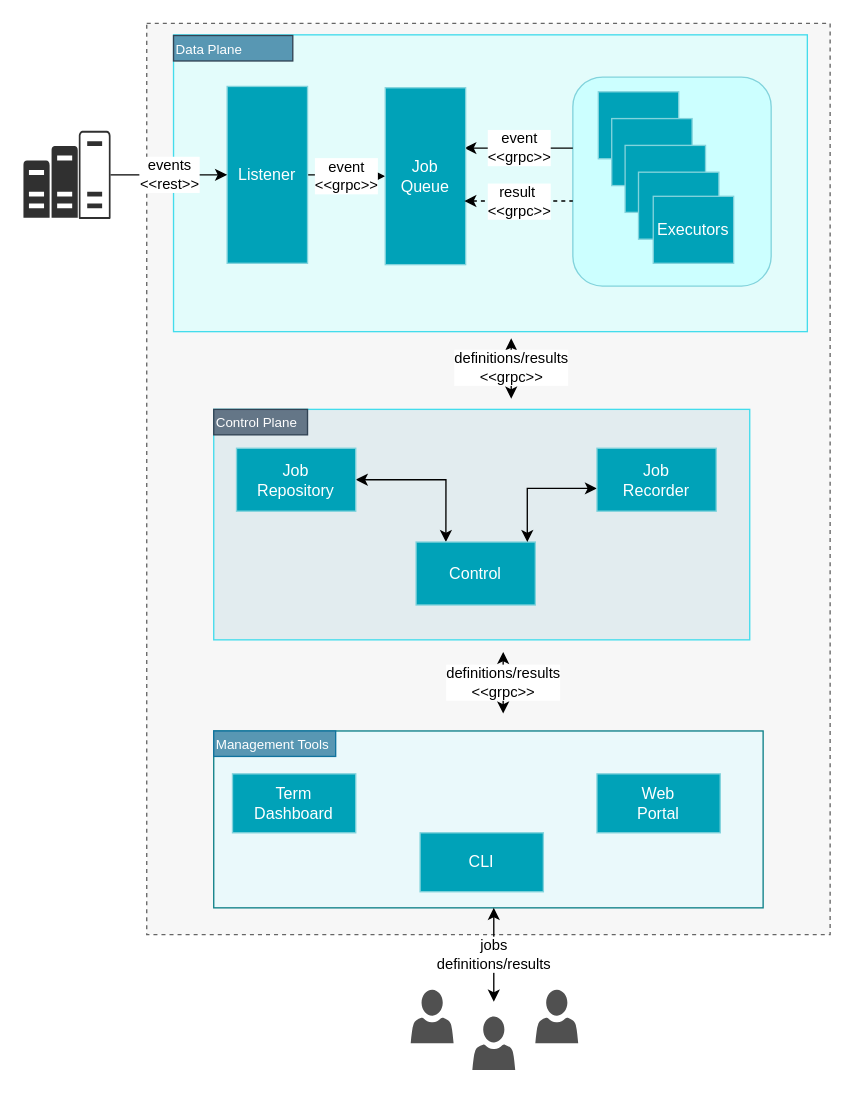
andrescosta/jobico-fn keeps this draw.io diagram as page "Architecture" (1 of 10) of docs/Jobico.drawio. Above is the earlier version. Source tidied: cells renumbered, new cells numbered last; positions are measured from the earlier drawing's top-left corner, leaving out a move shared by most shapes. Both pictures are drawn from the tidied source at 134%, with x=0, y=0 at pixel (23, 23).
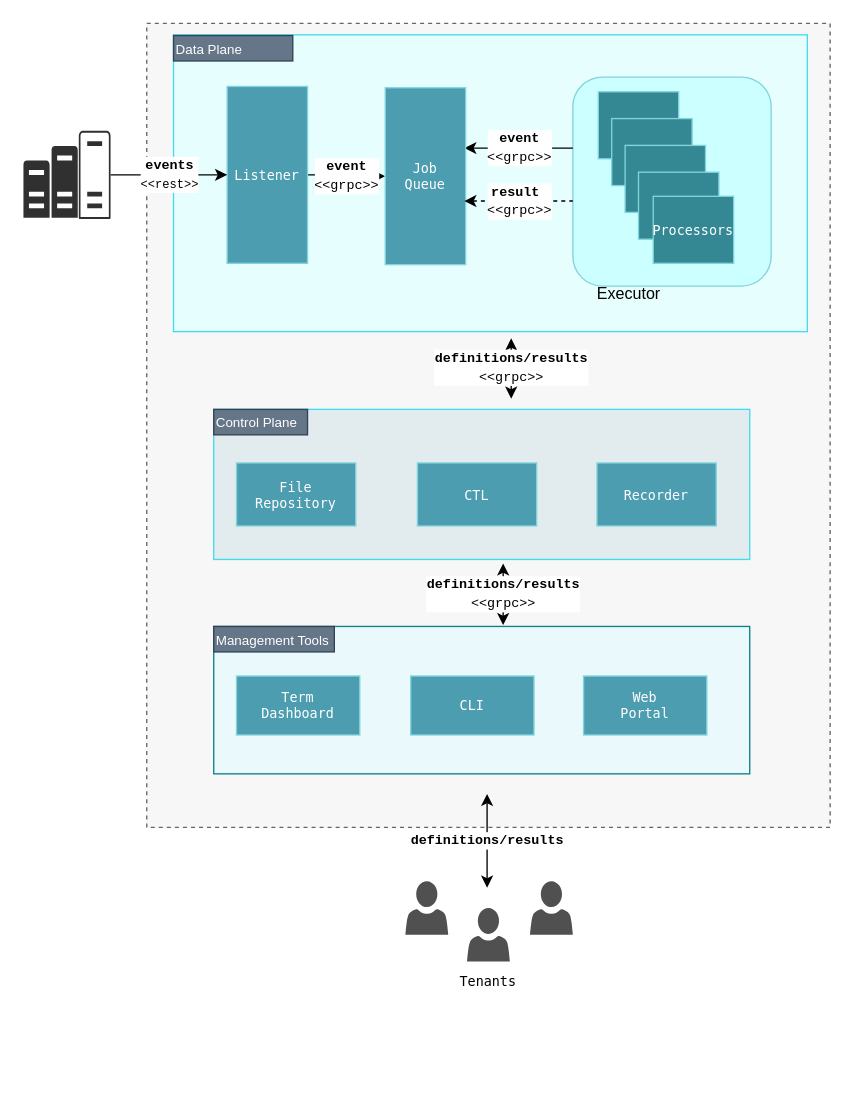
After the change.

The change refers to these unchanged cells:
```xml
<mxCell id="29" style="sketch=0;shadow=0;dashed=0;html=1;strokeColor=none;labelPosition=center;verticalLabelPosition=bottom;verticalAlign=top;align=center;fillColor=#303030;shape=mxgraph.mscae.oms.capacity;" parent="1" vertex="1">
  <mxGeometry y="80" width="65" height="66" as="geometry" />
</mxCell>
```

What changed in the source:
```diff
@@
     <mxCell id="2" style="rounded=0;whiteSpace=wrap;html=1;dashed=1;fillColor=#F7F7F7;fontColor=#333333;strokeColor=#666666;" parent="1" vertex="1">
-      <mxGeometry x="92" width="510" height="680" as="geometry" />
+      <mxGeometry x="92" width="510" height="600" as="geometry" />
     </mxCell>
-    <mxCell id="3" style="rounded=0;whiteSpace=wrap;html=1;fillColor=#E3FCFB;strokeColor=#43DCEC;" parent="1" vertex="1">
+    <mxCell id="3" style="rounded=0;whiteSpace=wrap;html=1;fillColor=#E6FFFE;strokeColor=#43DCEC;" parent="1" vertex="1">
       <mxGeometry x="112" y="8.5" width="473" height="221.5" as="geometry" />
     </mxCell>
@@
     <mxCell id="5" style="rounded=0;whiteSpace=wrap;html=1;fillColor=#eaf9fb;strokeColor=#0e8088;" parent="1" vertex="1">
-      <mxGeometry x="142" y="528" width="410" height="132" as="geometry" />
+      <mxGeometry x="142" y="450" width="400" height="110" as="geometry" />
     </mxCell>
     <mxCell id="6" style="rounded=0;whiteSpace=wrap;html=1;fillColor=#E2ECEF;strokeColor=#43DCEC;" parent="1" vertex="1">
-      <mxGeometry x="142" y="288" width="400" height="172" as="geometry" />
+      <mxGeometry x="142" y="288" width="400" height="112" as="geometry" />
     </mxCell>
-    <mxCell id="7" value="event&lt;br&gt;&amp;lt;&amp;lt;grpc&amp;gt;&amp;gt;" style="edgeStyle=orthogonalEdgeStyle;rounded=0;jettySize=auto;html=1;" parent="1" edge="1" source="8" target="10">
+    <mxCell id="7" value="&lt;font style=&quot;font-size: 10px;&quot;&gt;event&lt;/font&gt;&lt;br&gt;&lt;div style=&quot;text-align: left;&quot;&gt;&lt;span style=&quot;font-size: 10px; font-weight: normal;&quot;&gt;&amp;lt;&amp;lt;grpc&amp;gt;&amp;gt;&lt;/span&gt;&lt;/div&gt;" style="edgeStyle=orthogonalEdgeStyle;rounded=0;jettySize=auto;html=1;fontFamily=Courier New;fontStyle=1;" parent="1" edge="1" source="8" target="10">
       <mxGeometry relative="1" as="geometry" />
     </mxCell>
-    <mxCell id="8" value="Listener" style="rounded=0;whiteSpace=wrap;html=1;fillColor=#00A2B8;strokeColor=#82D3DC;fontColor=#ffffff;" parent="1" vertex="1">
+    <mxCell id="8" value="Listener" style="rounded=0;whiteSpace=wrap;html=1;fillColor=#4D9DB0;strokeColor=#82D3DC;fontColor=#FFFFFF;fontFamily=Lucida Console;fontSize=10;" parent="1" vertex="1">
       <mxGeometry x="152" y="47" width="60" height="132" as="geometry" />
     </mxCell>
-    <mxCell id="9" value="event&lt;br&gt;&amp;lt;&amp;lt;grpc&amp;gt;&amp;gt;" style="edgeStyle=orthogonalEdgeStyle;rounded=0;orthogonalLoop=1;jettySize=auto;html=1;entryX=0;entryY=0.5;entryDx=0;entryDy=0;endArrow=none;endFill=0;startArrow=classic;startFill=1;" parent="1" edge="1">
+    <mxCell id="9" value="&lt;font style=&quot;font-size: 10px;&quot;&gt;event&lt;/font&gt;&lt;br&gt;&lt;span style=&quot;font-weight: normal;&quot;&gt;&lt;font style=&quot;font-size: 10px;&quot;&gt;&amp;lt;&amp;lt;grpc&amp;gt;&amp;gt;&lt;/font&gt;&lt;/span&gt;" style="edgeStyle=orthogonalEdgeStyle;rounded=0;orthogonalLoop=1;jettySize=auto;html=1;entryX=0;entryY=0.5;entryDx=0;entryDy=0;endArrow=none;endFill=0;startArrow=classic;startFill=1;fontFamily=Courier New;fontStyle=1;" parent="1" edge="1">
       <mxGeometry relative="1" as="geometry">
         <mxPoint x="329" y="93" as="sourcePoint" />
         <mxPoint x="410" y="93" as="targetPoint" />
       </mxGeometry>
     </mxCell>
-    <mxCell id="10" value="Job&lt;br&gt;Queue" style="rounded=0;whiteSpace=wrap;html=1;fillColor=#00A2B8;strokeColor=#82D3DC;fontColor=#ffffff;" parent="1" vertex="1">
+    <mxCell id="10" value="Job&lt;br style=&quot;font-size: 10px;&quot;&gt;Queue" style="rounded=0;whiteSpace=wrap;html=1;fillColor=#4D9DB0;strokeColor=#82D3DC;fontColor=#FFFFFF;align=center;verticalAlign=middle;fontFamily=Lucida Console;fontSize=10;" parent="1" vertex="1">
       <mxGeometry x="270" y="48" width="60" height="132" as="geometry" />
     </mxCell>
-    <mxCell id="11" style="rounded=0;whiteSpace=wrap;html=1;fillColor=#00A2B8;strokeColor=#82D3DC;fontColor=#ffffff;" parent="1" vertex="1">
+    <mxCell id="11" style="rounded=0;whiteSpace=wrap;html=1;fillColor=#348893;strokeColor=#82D3DC;fontColor=#FFFFFF;align=center;verticalAlign=middle;fontFamily=Helvetica;fontSize=10;" parent="1" vertex="1">
       <mxGeometry x="429" y="51" width="60" height="50" as="geometry" />
     </mxCell>
-    <mxCell id="12" style="rounded=0;whiteSpace=wrap;html=1;fillColor=#00A2B8;strokeColor=#82D3DC;fontColor=#ffffff;" parent="1" vertex="1">
+    <mxCell id="12" style="rounded=0;whiteSpace=wrap;html=1;fillColor=#348893;strokeColor=#82D3DC;fontColor=#FFFFFF;align=center;verticalAlign=middle;fontFamily=Helvetica;fontSize=10;" parent="1" vertex="1">
       <mxGeometry x="439" y="71" width="60" height="50" as="geometry" />
     </mxCell>
-    <mxCell id="13" style="rounded=0;whiteSpace=wrap;html=1;fillColor=#00A2B8;strokeColor=#82D3DC;fontColor=#ffffff;" parent="1" vertex="1">
+    <mxCell id="13" style="rounded=0;whiteSpace=wrap;html=1;fillColor=#348893;strokeColor=#82D3DC;fontColor=#FFFFFF;align=center;verticalAlign=middle;fontFamily=Helvetica;fontSize=10;" parent="1" vertex="1">
       <mxGeometry x="449" y="91" width="60" height="50" as="geometry" />
     </mxCell>
-    <mxCell id="14" style="rounded=0;whiteSpace=wrap;html=1;fillColor=#00A2B8;strokeColor=#82D3DC;fontColor=#ffffff;" parent="1" vertex="1">
+    <mxCell id="14" style="rounded=0;whiteSpace=wrap;html=1;fillColor=#348893;strokeColor=#82D3DC;fontColor=#FFFFFF;align=center;verticalAlign=middle;fontFamily=Helvetica;fontSize=10;" parent="1" vertex="1">
       <mxGeometry x="459" y="111" width="60" height="50" as="geometry" />
     </mxCell>
-    <mxCell id="15" value="Executors" style="rounded=0;whiteSpace=wrap;html=1;fillColor=#00A2B8;strokeColor=#82D3DC;fontColor=#ffffff;" parent="1" vertex="1">
+    <mxCell id="15" value="Processors" style="rounded=0;whiteSpace=wrap;html=1;fillColor=#348893;strokeColor=#82D3DC;fontColor=#FFFFFF;fontSize=10;align=center;verticalAlign=middle;fontFamily=Lucida Console;" parent="1" vertex="1">
       <mxGeometry x="470" y="129" width="60" height="50" as="geometry" />
     </mxCell>
-    <mxCell id="16" style="edgeStyle=orthogonalEdgeStyle;rounded=0;jettySize=auto;html=1;entryX=0.25;entryY=0;entryDx=0;entryDy=0;startArrow=classic;startFill=1;" parent="1" edge="1" source="17" target="18">
-      <mxGeometry relative="1" as="geometry" />
-    </mxCell>
-    <mxCell id="17" value="Job&lt;br&gt;Repository" style="rounded=0;whiteSpace=wrap;html=1;fillColor=#00A2B8;strokeColor=#82D3DC;fontColor=#ffffff;" parent="1" vertex="1">
-      <mxGeometry x="159" y="317" width="89" height="47" as="geometry" />
+    <mxCell id="17" value="File&lt;br style=&quot;font-size: 10px;&quot;&gt;Repository" style="rounded=0;whiteSpace=wrap;html=1;fillColor=#4D9DB0;strokeColor=#82D3DC;fontColor=#FFFFFF;align=center;verticalAlign=middle;fontFamily=Lucida Console;fontSize=10;" parent="1" vertex="1">
+      <mxGeometry x="159" y="328" width="89" height="47" as="geometry" />
     </mxCell>
-    <mxCell id="18" value="Control" style="rounded=0;whiteSpace=wrap;html=1;fillColor=#00A2B8;strokeColor=#82D3DC;fontColor=#ffffff;" parent="1" vertex="1">
-      <mxGeometry x="293" y="387" width="89" height="47" as="geometry" />
+    <mxCell id="18" value="CTL" style="rounded=0;whiteSpace=wrap;html=1;fillColor=#4D9DB0;strokeColor=#82D3DC;fontColor=#FFFFFF;align=center;verticalAlign=middle;fontFamily=Lucida Console;fontSize=10;" parent="1" vertex="1">
+      <mxGeometry x="294" y="328" width="89" height="47" as="geometry" />
     </mxCell>
-    <mxCell id="19" style="edgeStyle=orthogonalEdgeStyle;rounded=0;jettySize=auto;html=1;startArrow=classic;startFill=1;" parent="1" edge="1" source="20" target="18">
-      <mxGeometry relative="1" as="geometry">
-        <Array as="points">
-          <mxPoint x="376" y="347" />
-        </Array>
-      </mxGeometry>
-    </mxCell>
-    <mxCell id="20" value="Job&lt;br&gt;Recorder" style="rounded=0;whiteSpace=wrap;html=1;fillColor=#00A2B8;strokeColor=#82D3DC;fontColor=#ffffff;" parent="1" vertex="1">
-      <mxGeometry x="428" y="317" width="89" height="47" as="geometry" />
+    <mxCell id="20" value="Recorder" style="rounded=0;whiteSpace=wrap;html=1;fillColor=#4D9DB0;strokeColor=#82D3DC;fontColor=#FFFFFF;align=center;verticalAlign=middle;fontFamily=Lucida Console;fontSize=10;" parent="1" vertex="1">
+      <mxGeometry x="428" y="328" width="89" height="47" as="geometry" />
     </mxCell>
-    <mxCell id="21" value="CLI" style="rounded=0;whiteSpace=wrap;html=1;fillColor=#00A2B8;strokeColor=#82D3DC;fontColor=#ffffff;" parent="1" vertex="1">
-      <mxGeometry x="296" y="604" width="92" height="44" as="geometry" />
+    <mxCell id="21" value="CLI" style="rounded=0;whiteSpace=wrap;html=1;fillColor=#4D9DB0;strokeColor=#82D3DC;fontColor=#FFFFFF;align=center;verticalAlign=middle;fontFamily=Lucida Console;fontSize=10;" parent="1" vertex="1">
+      <mxGeometry x="289" y="487" width="92" height="44" as="geometry" />
     </mxCell>
-    <mxCell id="22" value="Term&lt;br&gt;Dashboard" style="rounded=0;whiteSpace=wrap;html=1;fillColor=#00A2B8;strokeColor=#82D3DC;fontColor=#ffffff;" parent="1" vertex="1">
-      <mxGeometry x="156" y="560" width="92" height="44" as="geometry" />
+    <mxCell id="22" value="Term&lt;br style=&quot;font-size: 10px;&quot;&gt;Dashboard" style="rounded=0;whiteSpace=wrap;html=1;fillColor=#4D9DB0;strokeColor=#82D3DC;fontColor=#FFFFFF;align=center;verticalAlign=middle;fontFamily=Lucida Console;fontSize=10;" parent="1" vertex="1">
+      <mxGeometry x="159" y="487" width="92" height="44" as="geometry" />
     </mxCell>
-    <mxCell id="23" value="Web &lt;br&gt;Portal" style="rounded=0;whiteSpace=wrap;html=1;fillColor=#00A2B8;strokeColor=#82D3DC;fontColor=#ffffff;" parent="1" vertex="1">
-      <mxGeometry x="428" y="560" width="92" height="44" as="geometry" />
+    <mxCell id="23" value="Web &lt;br style=&quot;font-size: 10px;&quot;&gt;Portal" style="rounded=0;whiteSpace=wrap;html=1;fillColor=#4D9DB0;strokeColor=#82D3DC;fontColor=#FFFFFF;align=center;verticalAlign=middle;fontFamily=Lucida Console;fontSize=10;" parent="1" vertex="1">
+      <mxGeometry x="418" y="487" width="92" height="44" as="geometry" />
     </mxCell>
@@
-    <mxCell id="25" value="definitions/results&lt;br style=&quot;font-size: 11px;&quot;&gt;&lt;font style=&quot;font-size: 11px;&quot;&gt;&amp;lt;&amp;lt;grpc&amp;gt;&amp;gt;&lt;/font&gt;" style="edgeStyle=elbowEdgeStyle;rounded=0;elbow=horizontal;html=1;labelBackgroundColor=#ffffff;startArrow=classic;startFill=1;startSize=6;endArrow=classic;endFill=1;endSize=6;jettySize=auto;orthogonalLoop=1;strokeWidth=1;fontSize=11;" parent="1" edge="1">
+    <mxCell id="25" value="&lt;font style=&quot;font-size: 10px;&quot;&gt;definitions/results&lt;/font&gt;&lt;br style=&quot;font-size: 11px;&quot;&gt;&lt;font style=&quot;font-size: 10px; font-weight: normal;&quot;&gt;&amp;lt;&amp;lt;grpc&amp;gt;&amp;gt;&lt;/font&gt;" style="edgeStyle=elbowEdgeStyle;rounded=0;elbow=horizontal;html=1;labelBackgroundColor=#ffffff;startArrow=classic;startFill=1;startSize=6;endArrow=classic;endFill=1;endSize=6;jettySize=auto;orthogonalLoop=1;strokeWidth=1;fontSize=11;fontFamily=Courier New;fontStyle=1;" parent="1" edge="1">
       <mxGeometry relative="1" as="geometry">
         <mxPoint x="364" y="280" as="sourcePoint" />
         <mxPoint x="364" y="235" as="targetPoint" />
       </mxGeometry>
     </mxCell>
-    <mxCell id="26" value="Management Tools" style="rounded=0;whiteSpace=wrap;html=1;align=left;fillColor=#5897B3;strokeColor=#10739e;fontColor=#FFFFFF;fontSize=10;" parent="1" vertex="1">
-      <mxGeometry x="142" y="528" width="91" height="19" as="geometry" />
+    <mxCell id="26" value="Management Tools" style="rounded=0;whiteSpace=wrap;html=1;align=left;fillColor=#647687;strokeColor=#314354;fontColor=#ffffff;fontSize=10;verticalAlign=middle;fontFamily=Helvetica;" parent="1" vertex="1">
+      <mxGeometry x="142" y="450" width="90" height="19" as="geometry" />
     </mxCell>
-    <mxCell id="27" value="definitions/results&lt;br style=&quot;font-size: 11px;&quot;&gt;&lt;font style=&quot;font-size: 11px;&quot;&gt;&amp;lt;&amp;lt;grpc&amp;gt;&amp;gt;&lt;/font&gt;" style="edgeStyle=elbowEdgeStyle;rounded=0;elbow=horizontal;html=1;labelBackgroundColor=#ffffff;startArrow=classic;startFill=1;startSize=6;endArrow=classic;endFill=1;endSize=6;jettySize=auto;orthogonalLoop=1;strokeWidth=1;fontSize=11;" parent="1" edge="1">
+    <mxCell id="27" value="&lt;font style=&quot;font-size: 10px;&quot;&gt;definitions/results&lt;/font&gt;&lt;br style=&quot;font-size: 11px;&quot;&gt;&lt;font style=&quot;font-size: 10px; font-weight: normal;&quot;&gt;&amp;lt;&amp;lt;grpc&amp;gt;&amp;gt;&lt;/font&gt;" style="edgeStyle=elbowEdgeStyle;rounded=0;elbow=horizontal;html=1;labelBackgroundColor=#ffffff;startArrow=classic;startFill=1;startSize=6;endArrow=classic;endFill=1;endSize=6;jettySize=auto;orthogonalLoop=1;strokeWidth=1;fontSize=11;fontFamily=Courier New;fontStyle=1;" parent="1" edge="1">
       <mxGeometry relative="1" as="geometry">
-        <mxPoint x="358" y="515" as="sourcePoint" />
-        <mxPoint x="357.5" y="469" as="targetPoint" />
+        <mxPoint x="358" y="449" as="sourcePoint" />
+        <mxPoint x="357.5" y="403" as="targetPoint" />
       </mxGeometry>
     </mxCell>
-    <mxCell id="28" value="Data Plane" style="rounded=0;whiteSpace=wrap;html=1;align=left;fillColor=#5897B3;fontColor=#ffffff;strokeColor=#314354;fontSize=10;" parent="1" vertex="1">
+    <mxCell id="28" value="Data Plane" style="rounded=0;whiteSpace=wrap;html=1;align=left;fillColor=#647687;fontColor=#ffffff;strokeColor=#314354;fontSize=10;verticalAlign=middle;fontFamily=Helvetica;" parent="1" vertex="1">
       <mxGeometry x="112" y="9" width="89" height="19" as="geometry" />
     </mxCell>
@@
     <mxCell id="30" style="sketch=0;shadow=0;dashed=0;html=1;strokeColor=none;labelPosition=center;verticalLabelPosition=bottom;verticalAlign=top;align=center;fillColor=#505050;shape=mxgraph.mscae.intune.account_portal;" parent="1" vertex="1">
-      <mxGeometry x="335" y="741" width="32" height="40" as="geometry" />
+      <mxGeometry x="331" y="660" width="32" height="40" as="geometry" />
     </mxCell>
     <mxCell id="31" style="sketch=0;shadow=0;dashed=0;html=1;strokeColor=none;labelPosition=center;verticalLabelPosition=bottom;verticalAlign=top;align=center;fillColor=#505050;shape=mxgraph.mscae.intune.account_portal;" parent="1" vertex="1">
-      <mxGeometry x="382" y="721" width="32" height="40" as="geometry" />
+      <mxGeometry x="378" y="640" width="32" height="40" as="geometry" />
     </mxCell>
     <mxCell id="32" style="sketch=0;shadow=0;dashed=0;html=1;strokeColor=none;labelPosition=center;verticalLabelPosition=bottom;verticalAlign=top;align=center;fillColor=#505050;shape=mxgraph.mscae.intune.account_portal;" parent="1" vertex="1">
-      <mxGeometry x="289" y="721" width="32" height="40" as="geometry" />
+      <mxGeometry x="285" y="640" width="32" height="40" as="geometry" />
     </mxCell>
-    <mxCell id="33" value="jobs &lt;br style=&quot;font-size: 11px;&quot;&gt;definitions/results" style="edgeStyle=elbowEdgeStyle;rounded=0;elbow=vertical;html=1;labelBackgroundColor=#ffffff;startArrow=classic;startFill=1;startSize=6;endArrow=classic;endFill=1;endSize=6;jettySize=auto;orthogonalLoop=1;strokeWidth=1;fontSize=11;" parent="1" edge="1">
+    <mxCell id="33" value="&lt;font style=&quot;font-size: 10px;&quot;&gt;definitions/results&lt;/font&gt;" style="edgeStyle=elbowEdgeStyle;rounded=0;elbow=vertical;html=1;labelBackgroundColor=#ffffff;startArrow=classic;startFill=1;startSize=6;endArrow=classic;endFill=1;endSize=6;jettySize=auto;orthogonalLoop=1;strokeWidth=1;fontSize=11;fontFamily=Courier New;fontStyle=1;" parent="1" edge="1">
       <mxGeometry relative="1" as="geometry">
-        <mxPoint x="351" y="730" as="sourcePoint" />
-        <mxPoint x="351" y="660" as="targetPoint" />
+        <mxPoint x="346" y="645" as="sourcePoint" />
+        <mxPoint x="346" y="575" as="targetPoint" />
       </mxGeometry>
     </mxCell>
-    <mxCell id="34" value="result&amp;nbsp;&lt;br&gt;&amp;lt;&amp;lt;grpc&amp;gt;&amp;gt;" style="edgeStyle=orthogonalEdgeStyle;rounded=0;orthogonalLoop=1;jettySize=auto;html=1;entryX=0;entryY=0.5;entryDx=0;entryDy=0;endArrow=none;endFill=0;startArrow=classic;startFill=1;dashed=1;" parent="1" edge="1">
+    <mxCell id="34" value="&lt;font style=&quot;font-size: 10px;&quot;&gt;result&amp;nbsp;&lt;/font&gt;&lt;br&gt;&lt;font style=&quot;font-size: 10px; font-weight: normal;&quot;&gt;&amp;lt;&amp;lt;grpc&amp;gt;&amp;gt;&lt;/font&gt;" style="edgeStyle=orthogonalEdgeStyle;rounded=0;orthogonalLoop=1;jettySize=auto;html=1;entryX=0;entryY=0.5;entryDx=0;entryDy=0;endArrow=none;endFill=0;startArrow=classic;startFill=1;dashed=1;fontFamily=Courier New;fontStyle=1;" parent="1" edge="1">
       <mxGeometry relative="1" as="geometry">
         <mxPoint x="329" y="132.5" as="sourcePoint" />
         <mxPoint x="410" y="132.5" as="targetPoint" />
       </mxGeometry>
     </mxCell>
-    <mxCell id="35" value="events&lt;br&gt;&amp;lt;&amp;lt;rest&amp;gt;&amp;gt;" style="endArrow=classic;html=1;rounded=0;exitX=1;exitY=0.5;exitDx=0;exitDy=0;exitPerimeter=0;" parent="1" edge="1" source="29" target="8">
+    <mxCell id="35" value="&lt;font style=&quot;font-size: 10px;&quot;&gt;events&lt;/font&gt;&lt;br&gt;&lt;font style=&quot;font-weight: normal; font-size: 9px;&quot;&gt;&amp;lt;&amp;lt;rest&amp;gt;&amp;gt;&lt;/font&gt;" style="endArrow=classic;html=1;rounded=0;exitX=1;exitY=0.5;exitDx=0;exitDy=0;exitPerimeter=0;fontFamily=Courier New;fontStyle=1;" parent="1" edge="1" source="29" target="8">
       <mxGeometry relative="1" as="geometry" />
     </mxCell>
+    <mxCell id="36" value="Executor" style="text;html=1;align=center;verticalAlign=middle;whiteSpace=wrap;rounded=0;fontColor=default;" parent="1" vertex="1">
+      <mxGeometry x="422" y="187" width="60" height="30" as="geometry" />
+    </mxCell>
+    <mxCell id="37" value="Tenants" style="text;html=1;align=center;verticalAlign=middle;whiteSpace=wrap;rounded=0;fontFamily=Lucida Console;fontSize=10;" parent="1" vertex="1">
+      <mxGeometry x="317" y="700" width="60" height="30" as="geometry" />
+    </mxCell>
```
